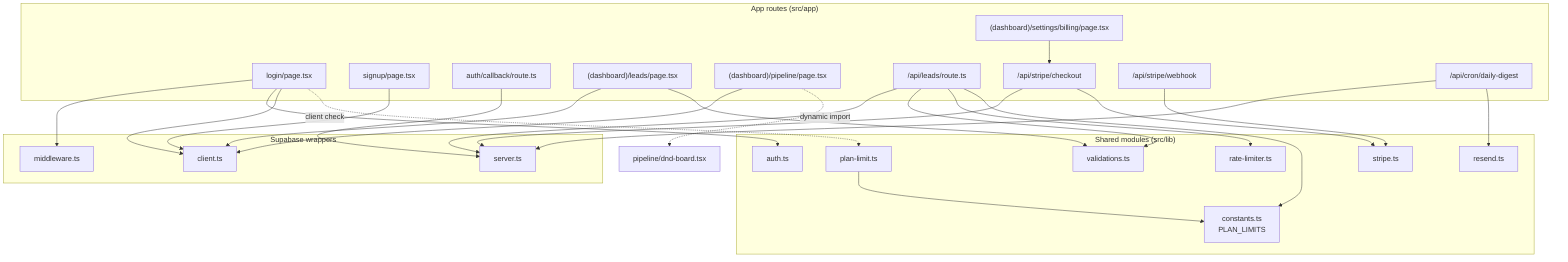
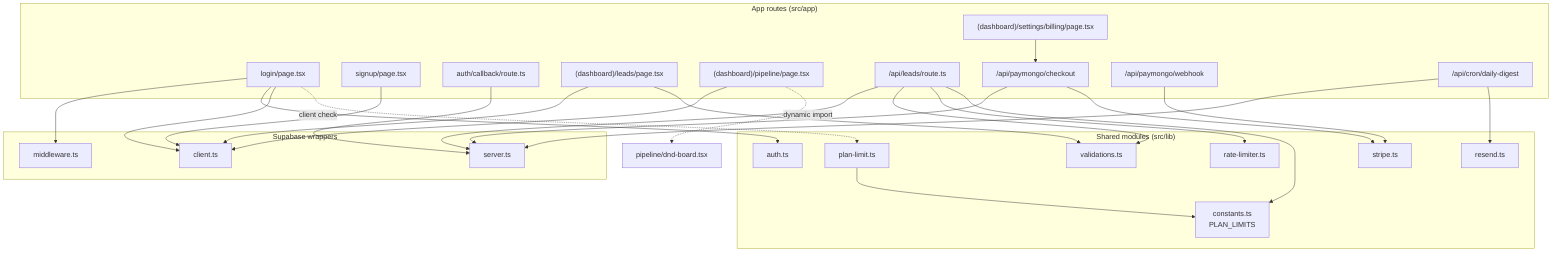
flowchart TD
    subgraph routes["App routes (src/app)"]
        Login["login/page.tsx"]
        Signup["signup/page.tsx"]
        CB["auth/callback/route.ts"]
        Leads["(dashboard)/leads/page.tsx"]
        Pipeline["(dashboard)/pipeline/page.tsx"]
        Billing["(dashboard)/settings/billing/page.tsx"]
        ApiLeads["/api/leads/route.ts"]
-         ApiStripe["/api/stripe/checkout"]
-         ApiWH["/api/stripe/webhook"]
+         ApiPayMongo["/api/paymongo/checkout"]
+         ApiWH["/api/paymongo/webhook"]
        ApiCron["/api/cron/daily-digest"]
    end

    subgraph shared["Shared modules (src/lib)"]
        Auth[auth.ts]
        Valid[validations.ts]
        RL[rate-limiter.ts]
-         StripeLib[stripe.ts]
+         PayMongoLib[stripe.ts]
        ResendLib[resend.ts]
        Constants[constants.ts<br/>PLAN_LIMITS]
        PlanLimit[plan-limit.ts]
    end

    subgraph supa["Supabase wrappers"]
        SBC[client.ts]
        SBS[server.ts]
        SBM[middleware.ts]
    end

    Login --> SBM
    Login --> Auth
    Login --> SBC
    Signup --> SBC
    CB --> SBS
    Leads --> SBC
    Leads --> Valid
    Pipeline --> SBC
    Pipeline -.->|dynamic import| DndBoard[pipeline/dnd-board.tsx]

    ApiLeads --> SBS
    ApiLeads --> Valid
    ApiLeads --> RL
    ApiLeads --> Constants

-     Billing --> ApiStripe
-     ApiStripe --> SBS
-     ApiStripe --> StripeLib
-     ApiWH --> StripeLib
+     Billing --> ApiPayMongo
+     ApiPayMongo --> SBS
+     ApiPayMongo --> PayMongoLib
+     ApiWH --> PayMongoLib
    ApiCron --> SBS
    ApiCron --> ResendLib

    PlanLimit --> Constants
    Login -.->|client check| PlanLimit